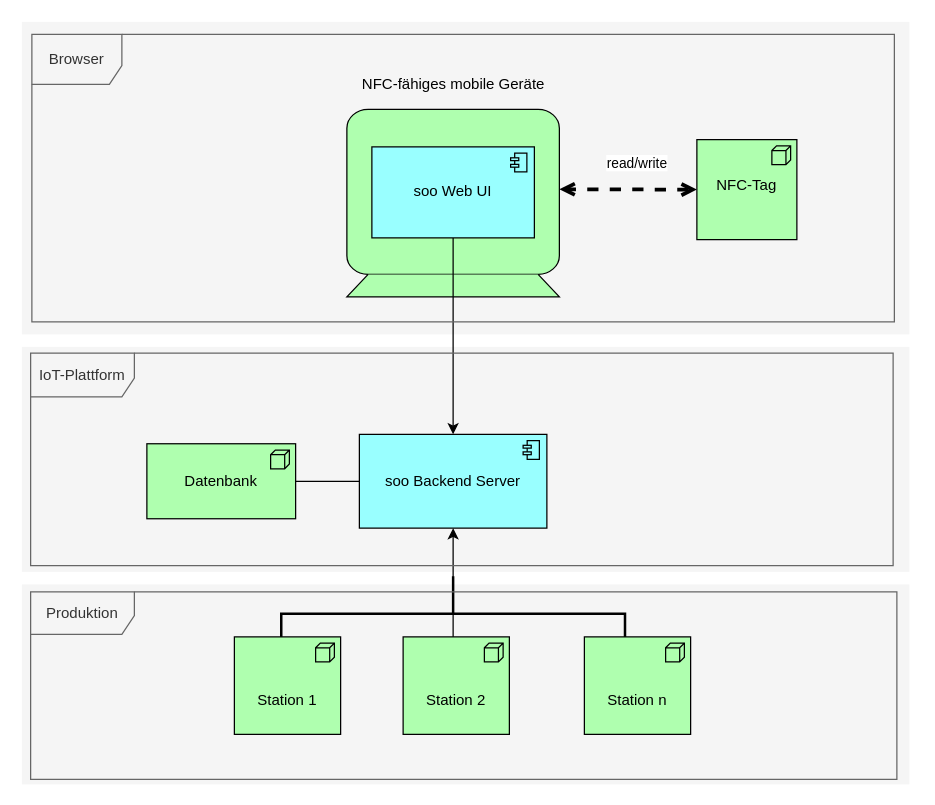
ngock/AndroidFirestoreArchitectureComponents keeps this draw.io diagram as page "Page-1" (1 of 4) of Architektur.drawio. Above is the earlier version. Source tidied: cells renumbered, new cells numbered last; positions are measured from the earlier drawing's top-left corner, leaving out a move shared by most shapes. Both pictures are drawn from the tidied source at 125%, with x=0, y=0 at pixel (21, 21).
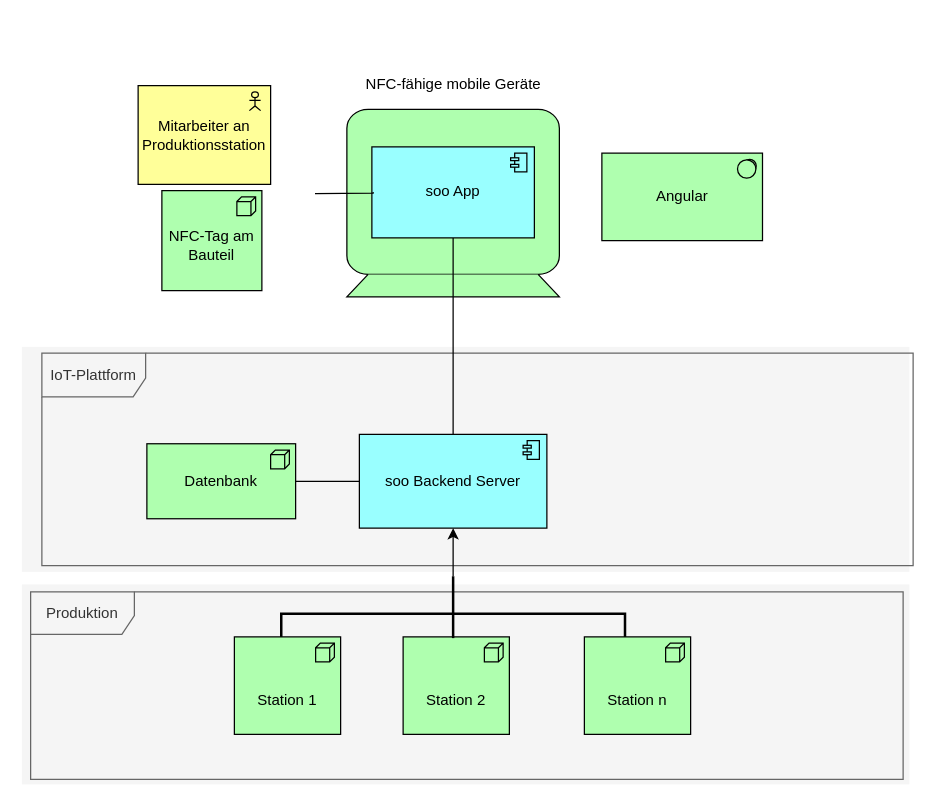
The same diagram, later.

The change refers to these unchanged cells:
```xml
<mxCell id="4" value="soo Backend Server" style="html=1;outlineConnect=0;whiteSpace=wrap;fillColor=#99ffff;shape=mxgraph.archimate3.application;appType=comp;archiType=square;" parent="1" vertex="1">
  <mxGeometry x="270" y="330" width="150" height="75" as="geometry" />
</mxCell>
<mxCell id="16" value="Station 2&lt;br&gt;&lt;br&gt;&lt;br&gt;&lt;br&gt;" style="html=1;outlineConnect=0;whiteSpace=wrap;fillColor=#AFFFAF;shape=mxgraph.archimate3.application;appType=node;archiType=square;spacingTop=65;" parent="1" vertex="1">
  <mxGeometry x="305" y="492" width="85" height="78" as="geometry" />
</mxCell>
<mxCell id="17" style="strokeWidth=2;html=1;shape=mxgraph.flowchart.annotation_2;align=left;labelPosition=right;rotation=90;" parent="1" vertex="1">
  <mxGeometry x="315" y="336" width="60" height="275" as="geometry" />
</mxCell>
```

What changed in the source:
```diff
@@
-    <mxCell id="2" style="whiteSpace=wrap;html=1;strokeColor=none;strokeWidth=1;fillColor=#f5f5f5;fontSize=14;" parent="1" vertex="1">
-      <mxGeometry width="710" height="250" as="geometry" />
-    </mxCell>
@@
-    <mxCell id="8" style="edgeStyle=orthogonalEdgeStyle;rounded=0;jettySize=auto;html=1;" parent="1" edge="1" source="9" target="4">
-      <mxGeometry relative="1" as="geometry" />
-    </mxCell>
-    <mxCell id="9" value="soo Web UI" style="html=1;outlineConnect=0;whiteSpace=wrap;fillColor=#99ffff;shape=mxgraph.archimate3.application;appType=comp;archiType=square;" parent="1" vertex="1">
+    <mxCell id="9" value="soo App" style="html=1;outlineConnect=0;whiteSpace=wrap;fillColor=#99ffff;shape=mxgraph.archimate3.application;appType=comp;archiType=square;" parent="1" vertex="1">
       <mxGeometry x="280" y="100" width="130" height="72.8" as="geometry" />
     </mxCell>
-    <mxCell id="10" value="NFC-Tag&lt;br&gt;&lt;br&gt;&lt;br&gt;&lt;br&gt;&lt;br&gt;&lt;br&gt;" style="html=1;outlineConnect=0;whiteSpace=wrap;fillColor=#AFFFAF;shape=mxgraph.archimate3.application;appType=node;archiType=square;spacingTop=65;" parent="1" vertex="1">
-      <mxGeometry x="540" y="94.2" width="80" height="80" as="geometry" />
+    <mxCell id="10" value="NFC-Tag am Bauteil&lt;br&gt;&lt;br&gt;&lt;br&gt;&lt;br&gt;&lt;br&gt;" style="html=1;outlineConnect=0;whiteSpace=wrap;fillColor=#AFFFAF;shape=mxgraph.archimate3.application;appType=node;archiType=square;spacingTop=65;" parent="1" vertex="1">
+      <mxGeometry x="112" y="135" width="80" height="80" as="geometry" />
     </mxCell>
-    <mxCell id="11" value="NFC-fähiges mobile Geräte" style="text;html=1;align=center;verticalAlign=middle;strokeColor=none;fillColor=none;fontColor=#000000;" parent="1" vertex="1">
-      <mxGeometry x="265" y="40" width="160" height="20" as="geometry" />
+    <mxCell id="11" value="NFC-fähige mobile Geräte" style="text;html=1;align=center;verticalAlign=middle;strokeColor=none;fillColor=none;fontColor=#000000;" parent="1" vertex="1">
+      <mxGeometry x="270" y="41" width="150" height="18" as="geometry" />
     </mxCell>
@@
-    <mxCell id="13" style="edgeStyle=elbowEdgeStyle;html=1;endArrow=open;elbow=vertical;endFill=1;rounded=0;strokeWidth=3;startArrow=open;startFill=0;dashed=1;exitX=0;exitY=0.5;exitDx=0;exitDy=0;exitPerimeter=0;" parent="1" edge="1" source="10">
-      <mxGeometry relative="1" as="geometry">
-        <mxPoint x="430" y="134.2" as="targetPoint" />
-        <Array as="points">
-          <mxPoint x="545.5" y="133.9" />
-          <mxPoint x="525.5" y="129.9" />
-          <mxPoint x="525.5" y="103.9" />
-        </Array>
-      </mxGeometry>
-    </mxCell>
-    <mxCell id="14" value="read/write" style="edgeLabel;html=1;align=center;verticalAlign=middle;fontColor=#000000;" parent="13" vertex="1">
-      <mxGeometry x="0.48" y="1" relative="1" as="geometry">
-        <mxPoint x="33" y="-22" as="offset" />
-      </mxGeometry>
-    </mxCell>
-    <mxCell id="15" style="edgeStyle=orthogonalEdgeStyle;rounded=0;jettySize=auto;html=1;entryX=0.5;entryY=1;entryDx=0;entryDy=0;entryPerimeter=0;" parent="1" edge="1" source="16" target="4">
-      <mxGeometry relative="1" as="geometry">
-        <Array as="points">
-          <mxPoint x="345" y="460" />
-          <mxPoint x="345" y="460" />
-        </Array>
-      </mxGeometry>
-    </mxCell>
+    <mxCell id="18" value="IoT-Plattform" style="shape=umlFrame;whiteSpace=wrap;html=1;fillColor=#f5f5f5;strokeColor=#666666;labelBackgroundColor=none;shadow=0;fontColor=#333333;width=83;height=35;" parent="1" vertex="1">
+      <mxGeometry x="16" y="265" width="697" height="170" as="geometry" />
+    </mxCell>
@@
+    <mxCell id="19" value="Produktion" style="shape=umlFrame;whiteSpace=wrap;html=1;fillColor=#f5f5f5;strokeColor=#666666;labelBackgroundColor=none;shadow=0;fontColor=#333333;width=83;height=34;" parent="1" vertex="1">
+      <mxGeometry x="7" y="456" width="698" height="150" as="geometry" />
+    </mxCell>
+    <mxCell id="23" style="edgeStyle=orthogonalEdgeStyle;rounded=0;jettySize=auto;html=1;exitX=0;exitY=0.5;exitDx=0;exitDy=0;exitPerimeter=0;" parent="1" edge="1" source="17" target="4">
+      <mxGeometry relative="1" as="geometry" />
+    </mxCell>
@@
-    <mxCell id="18" value="IoT-Plattform" style="shape=umlFrame;whiteSpace=wrap;html=1;fillColor=#f5f5f5;strokeColor=#666666;labelBackgroundColor=none;shadow=0;fontColor=#333333;width=83;height=35;" parent="1" vertex="1">
-      <mxGeometry x="7" y="265" width="690" height="170" as="geometry" />
-    </mxCell>
-    <mxCell id="19" value="Produktion" style="shape=umlFrame;whiteSpace=wrap;html=1;fillColor=#f5f5f5;strokeColor=#666666;labelBackgroundColor=none;shadow=0;fontColor=#333333;width=83;height=34;" parent="1" vertex="1">
-      <mxGeometry x="7" y="456" width="693" height="150" as="geometry" />
-    </mxCell>
@@
-    <mxCell id="22" value="Browser" style="shape=umlFrame;whiteSpace=wrap;html=1;fillColor=#f5f5f5;strokeColor=#666666;labelBackgroundColor=none;shadow=0;fontColor=#333333;width=72;height=40;" parent="1" vertex="1">
-      <mxGeometry x="8" y="10" width="690" height="230" as="geometry" />
-    </mxCell>
+    <mxCell id="24" style="endArrow=none;html=1;rounded=0;entryX=0.5;entryY=1;entryDx=0;entryDy=0;entryPerimeter=0;" parent="1" edge="1" source="4" target="9">
+      <mxGeometry relative="1" as="geometry" />
+    </mxCell>
+    <mxCell id="25" style="line;strokeWidth=2;html=1;rotation=90;" parent="1" vertex="1">
+      <mxGeometry x="335.5" y="478.5" width="19" height="10" as="geometry" />
+    </mxCell>
+    <mxCell id="26" value="Angular" style="html=1;whiteSpace=wrap;fillColor=#AFFFAF;shape=mxgraph.archimate3.application;appType=sysSw;archiType=square;" parent="1" vertex="1">
+      <mxGeometry x="464" y="105" width="128.5" height="70" as="geometry" />
+    </mxCell>
+    <mxCell id="27" style="edgeStyle=elbowEdgeStyle;html=1;endArrow=none;elbow=vertical;rounded=0;" parent="1" edge="1">
+      <mxGeometry relative="1" as="geometry">
+        <mxPoint x="234.5" y="137.4" as="sourcePoint" />
+        <mxPoint x="281" y="136" as="targetPoint" />
+      </mxGeometry>
+    </mxCell>
+    <mxCell id="28" value="Mitarbeiter an Produktionsstation" style="html=1;whiteSpace=wrap;fillColor=#ffff99;shape=mxgraph.archimate3.application;appType=actor;archiType=square;" parent="1" vertex="1">
+      <mxGeometry x="93" y="51" width="106" height="79" as="geometry" />
+    </mxCell>
```
